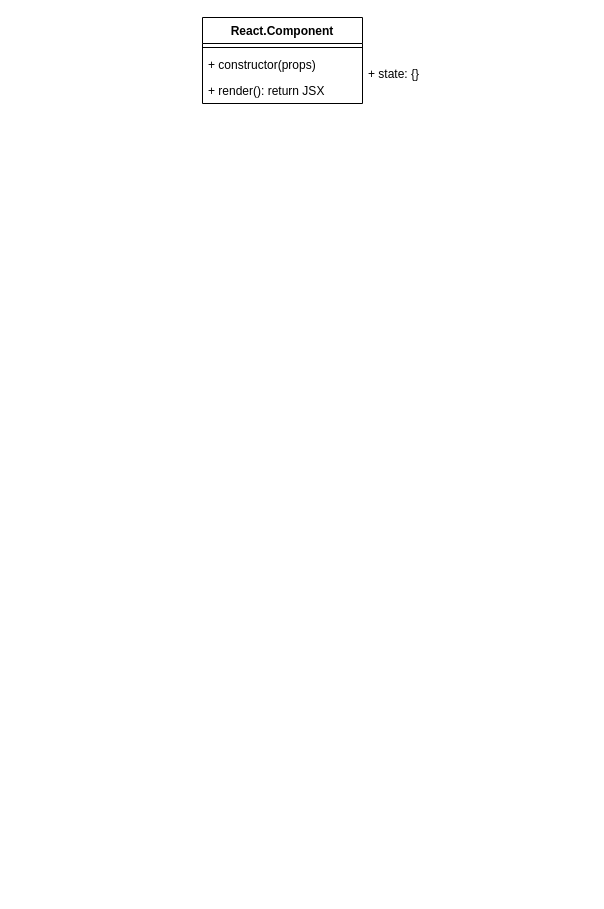
The draw.io diagram page "05 - stateful component" (13 of 21) of Diagram.drawio in f2xiao/learn-react, before the edit. Source tidied: cells renumbered, new cells numbered last; positions are measured from the earlier drawing's top-left corner, leaving out a move shared by most shapes. Both pictures are drawn from the tidied source at 100%, with x=0, y=0 at pixel (202, 17).
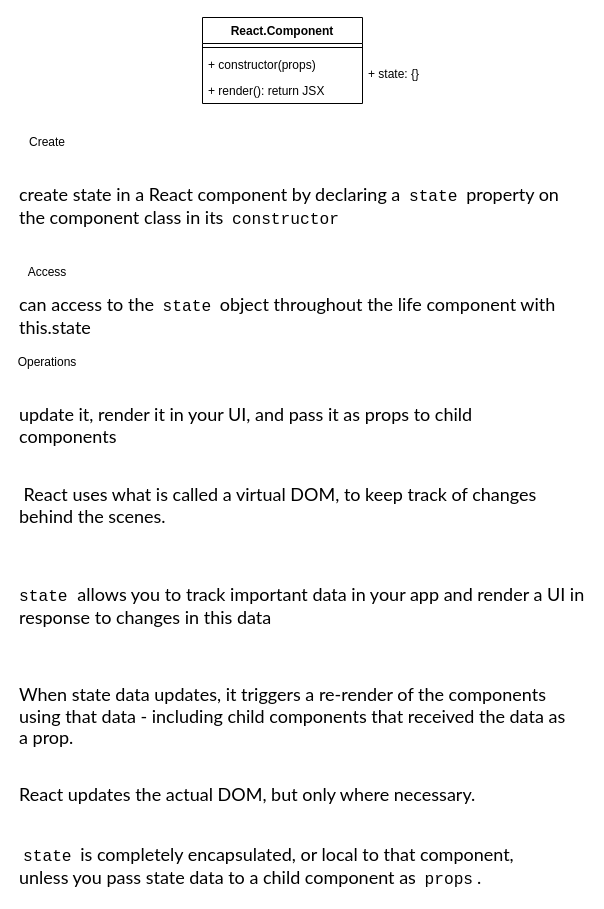
The same page after the edit.

Diff of the diagram source:
```diff
@@
 <mxGraphModel>
   <root>
     <mxCell id="0" />
     <mxCell id="1" parent="0" />
     <mxCell id="2" value="React.Component" style="swimlane;fontStyle=1;align=center;verticalAlign=top;horizontal=1;startSize=26;" parent="1" vertex="1">
       <mxGeometry width="160" height="86" as="geometry" />
     </mxCell>
     <mxCell id="3" style="line;strokeWidth=1;fillColor=none;align=left;verticalAlign=middle;spacingTop=-1;spacingLeft=3;spacingRight=3;labelPosition=right;" parent="2" vertex="1">
       <mxGeometry y="26" width="160" height="8" as="geometry" />
     </mxCell>
     <mxCell id="4" value="+ constructor(props)" style="text;strokeColor=none;fillColor=none;align=left;verticalAlign=top;spacingLeft=4;spacingRight=4;overflow=hidden;" parent="2" vertex="1">
       <mxGeometry y="34" width="160" height="26" as="geometry" />
     </mxCell>
     <mxCell id="5" value="+ render(): return JSX&#10;" style="text;strokeColor=none;fillColor=none;align=left;verticalAlign=top;spacingLeft=4;spacingRight=4;overflow=hidden;" parent="2" vertex="1">
       <mxGeometry y="60" width="160" height="26" as="geometry" />
     </mxCell>
     <mxCell id="6" value="+ state: {}" style="text;strokeColor=none;fillColor=none;align=left;verticalAlign=top;spacingLeft=4;spacingRight=4;overflow=hidden;" parent="1" vertex="1">
       <mxGeometry x="160" y="43" width="160" height="26" as="geometry" />
     </mxCell>
+    <mxCell id="7" value="&lt;span style=&quot;background-color: rgb(255, 255, 255);&quot;&gt;&lt;span style=&quot;font-family: Lato, sans-serif; font-size: 18px; font-style: normal; font-variant-ligatures: normal; font-variant-caps: normal; font-weight: 400; letter-spacing: normal; orphans: 2; text-align: start; text-indent: 0px; text-transform: none; widows: 2; word-spacing: 0px; -webkit-text-stroke-width: 0px; text-decoration-thickness: initial; text-decoration-style: initial; text-decoration-color: initial; float: none; display: inline !important;&quot;&gt;create state in a React component by declaring a&amp;nbsp;&lt;/span&gt;&lt;code style=&quot;box-sizing: border-box; font-family: &amp;quot;Roboto Mono&amp;quot;, monospace; font-size: 16.2px; padding: 2px 4px; border-radius: 0px; overflow-wrap: anywhere; font-style: normal; font-variant-ligatures: normal; font-variant-caps: normal; font-weight: 400; letter-spacing: normal; orphans: 2; text-align: start; text-indent: 0px; text-transform: none; widows: 2; word-spacing: 0px; -webkit-text-stroke-width: 0px; text-decoration-thickness: initial; text-decoration-style: initial; text-decoration-color: initial; text-shadow: none !important;&quot;&gt;state&lt;/code&gt;&lt;span style=&quot;font-family: Lato, sans-serif; font-size: 18px; font-style: normal; font-variant-ligatures: normal; font-variant-caps: normal; font-weight: 400; letter-spacing: normal; orphans: 2; text-align: start; text-indent: 0px; text-transform: none; widows: 2; word-spacing: 0px; -webkit-text-stroke-width: 0px; text-decoration-thickness: initial; text-decoration-style: initial; text-decoration-color: initial; float: none; display: inline !important;&quot;&gt;&lt;span&gt;&amp;nbsp;&lt;/span&gt;property on the component class in its&lt;span&gt;&amp;nbsp;&lt;/span&gt;&lt;/span&gt;&lt;code style=&quot;box-sizing: border-box; font-family: &amp;quot;Roboto Mono&amp;quot;, monospace; font-size: 16.2px; padding: 2px 4px; border-radius: 0px; overflow-wrap: anywhere; font-style: normal; font-variant-ligatures: normal; font-variant-caps: normal; font-weight: 400; letter-spacing: normal; orphans: 2; text-align: start; text-indent: 0px; text-transform: none; widows: 2; word-spacing: 0px; -webkit-text-stroke-width: 0px; text-decoration-thickness: initial; text-decoration-style: initial; text-decoration-color: initial; text-shadow: none !important;&quot;&gt;constructor&lt;/code&gt;&lt;/span&gt;" style="text;whiteSpace=wrap;html=1;fontColor=#000000;" parent="1" vertex="1">
+      <mxGeometry x="-185" y="160" width="550" height="50" as="geometry" />
+    </mxCell>
+    <mxCell id="8" value="&lt;span style=&quot;background-color: rgb(255, 255, 255);&quot;&gt;&lt;span style=&quot;font-family: Lato, sans-serif; font-size: 18px; font-style: normal; font-variant-ligatures: normal; font-variant-caps: normal; font-weight: 400; letter-spacing: normal; orphans: 2; text-align: start; text-indent: 0px; text-transform: none; widows: 2; word-spacing: 0px; -webkit-text-stroke-width: 0px; text-decoration-thickness: initial; text-decoration-style: initial; text-decoration-color: initial; float: none; display: inline !important;&quot;&gt;can access to the&amp;nbsp;&lt;/span&gt;&lt;code style=&quot;box-sizing: border-box; font-family: &amp;quot;Roboto Mono&amp;quot;, monospace; font-size: 16.2px; padding: 2px 4px; border-radius: 0px; overflow-wrap: anywhere; font-style: normal; font-variant-ligatures: normal; font-variant-caps: normal; font-weight: 400; letter-spacing: normal; orphans: 2; text-align: start; text-indent: 0px; text-transform: none; widows: 2; word-spacing: 0px; -webkit-text-stroke-width: 0px; text-decoration-thickness: initial; text-decoration-style: initial; text-decoration-color: initial; text-shadow: none !important;&quot;&gt;state&lt;/code&gt;&lt;span style=&quot;font-family: Lato, sans-serif; font-size: 18px; font-style: normal; font-variant-ligatures: normal; font-variant-caps: normal; font-weight: 400; letter-spacing: normal; orphans: 2; text-align: start; text-indent: 0px; text-transform: none; widows: 2; word-spacing: 0px; -webkit-text-stroke-width: 0px; text-decoration-thickness: initial; text-decoration-style: initial; text-decoration-color: initial; float: none; display: inline !important;&quot;&gt;&amp;nbsp;object throughout the life component with this.state&lt;/span&gt;&lt;/span&gt;" style="text;whiteSpace=wrap;html=1;fontColor=#000000;" parent="1" vertex="1">
+      <mxGeometry x="-185" y="270" width="550" height="50" as="geometry" />
+    </mxCell>
+    <mxCell id="9" value="Create" style="text;html=1;strokeColor=none;fillColor=none;align=center;verticalAlign=middle;whiteSpace=wrap;rounded=0;labelBackgroundColor=#FFFFFF;fontColor=#000000;" parent="1" vertex="1">
+      <mxGeometry x="-185" y="110" width="60" height="30" as="geometry" />
+    </mxCell>
+    <mxCell id="10" value="Access" style="text;html=1;strokeColor=none;fillColor=none;align=center;verticalAlign=middle;whiteSpace=wrap;rounded=0;labelBackgroundColor=#FFFFFF;fontColor=#000000;" parent="1" vertex="1">
+      <mxGeometry x="-185" y="240" width="60" height="30" as="geometry" />
+    </mxCell>
+    <mxCell id="11" value="Operations" style="text;html=1;strokeColor=none;fillColor=none;align=center;verticalAlign=middle;whiteSpace=wrap;rounded=0;labelBackgroundColor=#FFFFFF;fontColor=#000000;" parent="1" vertex="1">
+      <mxGeometry x="-185" y="330" width="60" height="30" as="geometry" />
+    </mxCell>
+    <mxCell id="12" value="&lt;span style=&quot;font-family: Lato, sans-serif; font-size: 18px; font-style: normal; font-variant-ligatures: normal; font-variant-caps: normal; font-weight: 400; letter-spacing: normal; orphans: 2; text-align: start; text-indent: 0px; text-transform: none; widows: 2; word-spacing: 0px; -webkit-text-stroke-width: 0px; text-decoration-thickness: initial; text-decoration-style: initial; text-decoration-color: initial; float: none; background-color: rgb(255, 255, 255); display: inline !important;&quot;&gt;update it, render it in your UI, and pass it as props to child components&lt;/span&gt;" style="text;whiteSpace=wrap;html=1;fontColor=#000000;" parent="1" vertex="1">
+      <mxGeometry x="-185" y="380" width="550" height="50" as="geometry" />
+    </mxCell>
+    <mxCell id="13" value="&lt;span style=&quot;background-color: rgb(255, 255, 255);&quot;&gt;&lt;span style=&quot;font-family: &amp;quot;Roboto Mono&amp;quot;, monospace; font-size: 16.2px; font-style: normal; font-variant-ligatures: normal; font-variant-caps: normal; font-weight: 400; letter-spacing: normal; orphans: 2; text-align: start; text-indent: 0px; text-transform: none; widows: 2; word-spacing: 0px; -webkit-text-stroke-width: 0px; text-decoration-thickness: initial; text-decoration-style: initial; text-decoration-color: initial; float: none; display: inline !important;&quot;&gt;state&amp;nbsp;&lt;/span&gt;&lt;span style=&quot;font-family: Lato, sans-serif; font-size: 18px;&quot;&gt;allows you to track important data in your app and render a UI in response to changes in this data&lt;/span&gt;&lt;/span&gt;" style="text;whiteSpace=wrap;html=1;fontColor=#000000;" parent="1" vertex="1">
+      <mxGeometry x="-185" y="560" width="570" height="60" as="geometry" />
+    </mxCell>
+    <mxCell id="14" value="&lt;span style=&quot;font-family: Lato, sans-serif; font-size: 18px; font-style: normal; font-variant-ligatures: normal; font-variant-caps: normal; font-weight: 400; letter-spacing: normal; orphans: 2; text-align: start; text-indent: 0px; text-transform: none; widows: 2; word-spacing: 0px; -webkit-text-stroke-width: 0px; text-decoration-thickness: initial; text-decoration-style: initial; text-decoration-color: initial; float: none; background-color: rgb(255, 255, 255); display: inline !important;&quot;&gt;&amp;nbsp;React uses what is called a virtual DOM, to keep track of changes behind the scenes.&amp;nbsp;&lt;/span&gt;" style="text;whiteSpace=wrap;html=1;fontColor=#000000;" parent="1" vertex="1">
+      <mxGeometry x="-185" y="460" width="550" height="50" as="geometry" />
+    </mxCell>
+    <mxCell id="15" value="&lt;span style=&quot;font-family: Lato, sans-serif; font-size: 18px; font-style: normal; font-variant-ligatures: normal; font-variant-caps: normal; font-weight: 400; letter-spacing: normal; orphans: 2; text-align: start; text-indent: 0px; text-transform: none; widows: 2; word-spacing: 0px; -webkit-text-stroke-width: 0px; text-decoration-thickness: initial; text-decoration-style: initial; text-decoration-color: initial; float: none; background-color: rgb(255, 255, 255); display: inline !important;&quot;&gt;When state data updates, it triggers a re-render of the components using that data - including child components that received the data as a prop.&lt;/span&gt;" style="text;whiteSpace=wrap;html=1;fontColor=#000000;" parent="1" vertex="1">
+      <mxGeometry x="-185" y="660" width="550" height="60" as="geometry" />
+    </mxCell>
+    <mxCell id="16" value="&lt;span style=&quot;font-family: Lato, sans-serif; font-size: 18px; font-style: normal; font-variant-ligatures: normal; font-variant-caps: normal; font-weight: 400; letter-spacing: normal; orphans: 2; text-align: start; text-indent: 0px; text-transform: none; widows: 2; word-spacing: 0px; -webkit-text-stroke-width: 0px; text-decoration-thickness: initial; text-decoration-style: initial; text-decoration-color: initial; float: none; background-color: rgb(255, 255, 255); display: inline !important;&quot;&gt;React updates the actual DOM, but only where necessary.&lt;/span&gt;" style="text;whiteSpace=wrap;html=1;fontColor=#000000;" parent="1" vertex="1">
+      <mxGeometry x="-185" y="760" width="490" height="30" as="geometry" />
+    </mxCell>
+    <mxCell id="17" value="&lt;span style=&quot;background-color: rgb(255, 255, 255);&quot;&gt;&lt;code style=&quot;box-sizing: border-box; font-family: &amp;quot;Roboto Mono&amp;quot;, monospace; font-size: 16.2px; padding: 2px 4px; border-radius: 0px; overflow-wrap: anywhere; font-style: normal; font-variant-ligatures: normal; font-variant-caps: normal; font-weight: 400; letter-spacing: normal; orphans: 2; text-align: start; text-indent: 0px; text-transform: none; widows: 2; word-spacing: 0px; -webkit-text-stroke-width: 0px; text-decoration-thickness: initial; text-decoration-style: initial; text-decoration-color: initial; text-shadow: none !important;&quot;&gt;state&lt;/code&gt;&lt;span style=&quot;font-family: Lato, sans-serif; font-size: 18px; font-style: normal; font-variant-ligatures: normal; font-variant-caps: normal; font-weight: 400; letter-spacing: normal; orphans: 2; text-align: start; text-indent: 0px; text-transform: none; widows: 2; word-spacing: 0px; -webkit-text-stroke-width: 0px; text-decoration-thickness: initial; text-decoration-style: initial; text-decoration-color: initial; float: none; display: inline !important;&quot;&gt;&lt;span&gt;&amp;nbsp;&lt;/span&gt;is completely encapsulated, or local to that component, unless you pass state data to a child component as&lt;span&gt;&amp;nbsp;&lt;/span&gt;&lt;/span&gt;&lt;code style=&quot;box-sizing: border-box; font-family: &amp;quot;Roboto Mono&amp;quot;, monospace; font-size: 16.2px; padding: 2px 4px; border-radius: 0px; overflow-wrap: anywhere; font-style: normal; font-variant-ligatures: normal; font-variant-caps: normal; font-weight: 400; letter-spacing: normal; orphans: 2; text-align: start; text-indent: 0px; text-transform: none; widows: 2; word-spacing: 0px; -webkit-text-stroke-width: 0px; text-decoration-thickness: initial; text-decoration-style: initial; text-decoration-color: initial; text-shadow: none !important;&quot;&gt;props&lt;/code&gt;&lt;span style=&quot;font-family: Lato, sans-serif; font-size: 18px; font-style: normal; font-variant-ligatures: normal; font-variant-caps: normal; font-weight: 400; letter-spacing: normal; orphans: 2; text-align: start; text-indent: 0px; text-transform: none; widows: 2; word-spacing: 0px; -webkit-text-stroke-width: 0px; text-decoration-thickness: initial; text-decoration-style: initial; text-decoration-color: initial; float: none; display: inline !important;&quot;&gt;.&lt;/span&gt;&lt;/span&gt;" style="text;whiteSpace=wrap;html=1;fontColor=#000000;" parent="1" vertex="1">
+      <mxGeometry x="-185" y="820" width="550" height="50" as="geometry" />
+    </mxCell>
   </root>
 </mxGraphModel>
```
